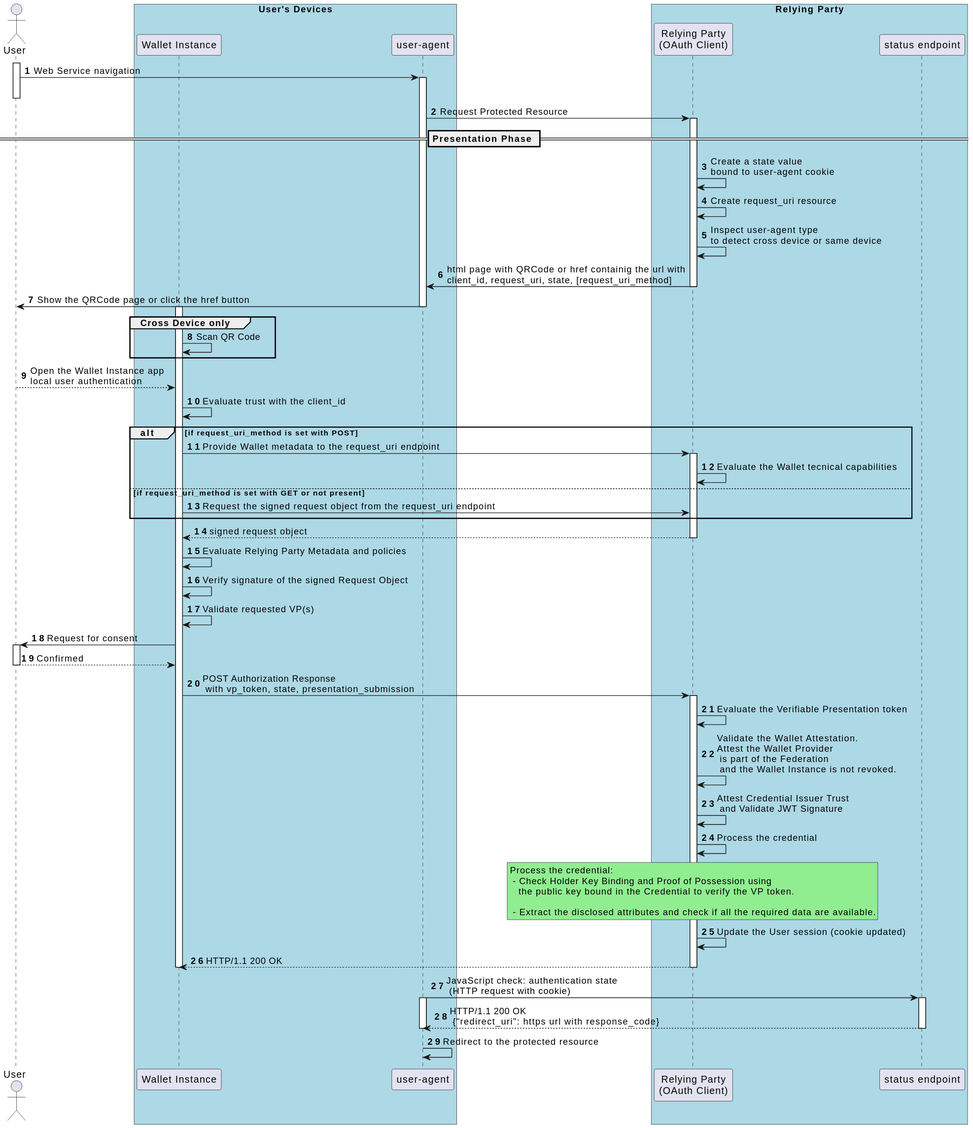
Earlier version of the PlantUML export images/cross_same_device_auth_seq_diagram.svg (fmarino-ipzs/eid-it-wallet-docs).
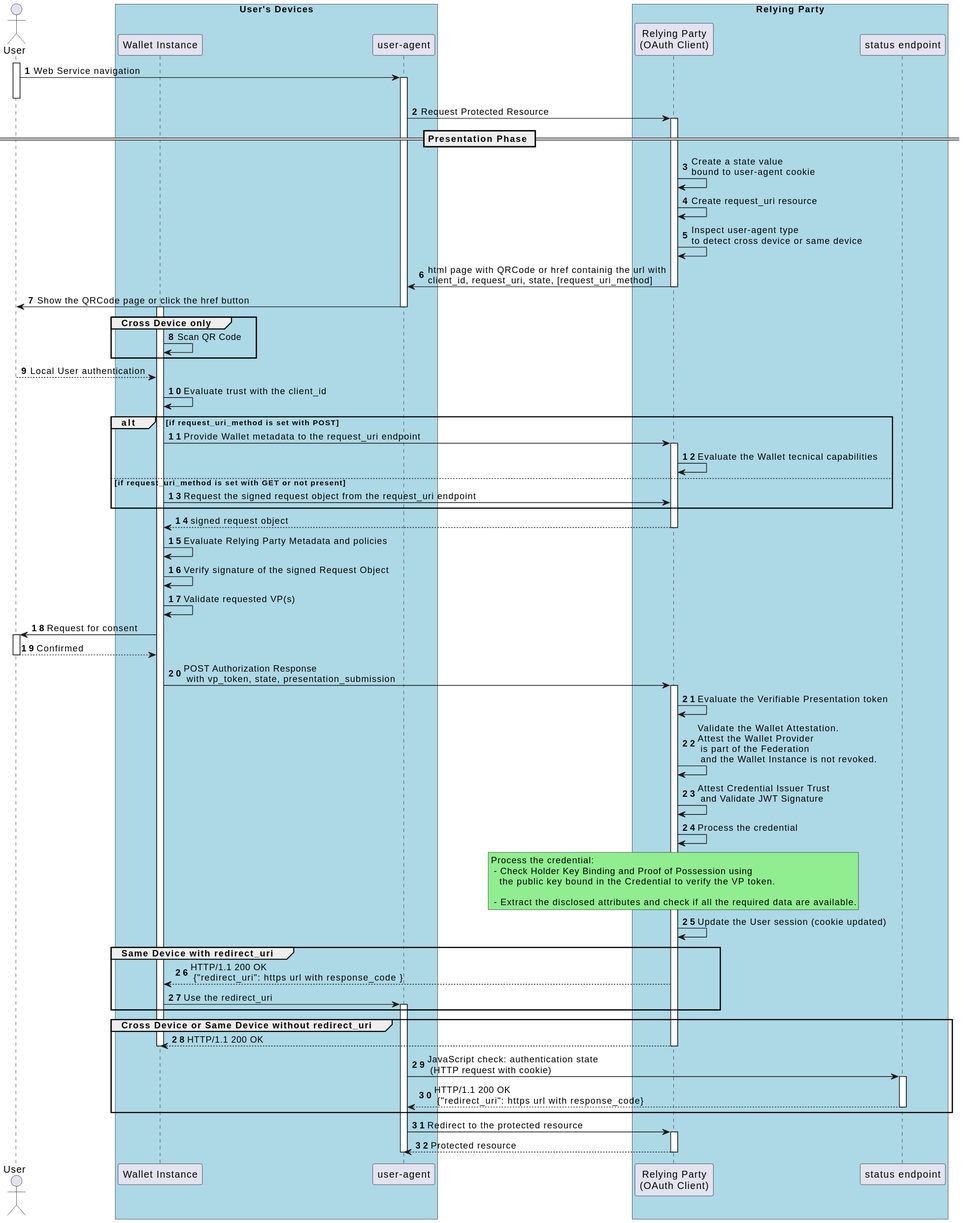
Above is the later version.

Diff of the diagram source:
```diff
@@ -39,7 +39,7 @@
 w -> w: Scan QR Code
 end
 
-u --> w: Open the Wallet Instance app\nlocal user authentication
+u --> w: Local User authentication
 
 w -> w: Evaluate trust with the client_id
 
@@ -80,18 +80,29 @@
 ve -> ve: Update the User session (cookie updated)
 
 
+group Same Device with redirect_uri
+ve --> w: HTTP/1.1 200 OK\n {"redirect_uri": https url with response_code }
+w -> ua: Use the redirect_uri
+activate ua
+end
+
+group Cross Device or Same Device without redirect_uri
 ve --> w: HTTP/1.1 200 OK
+deactivate w
 deactivate ve
-
-deactivate w
-
 ua -> se:  JavaScript check: authentication state \n (HTTP request with cookie)
-activate ua
 activate se
 se --> ua: HTTP/1.1 200 OK\n {"redirect_uri": https url with response_code}
-deactivate ua
+
 deactivate se
 
+end
 
-ua -> ua: Redirect to the protected resource
+
+ua -> ve: Redirect to the protected resource
+activate ve
+ve --> ua: Protected resource
+
+deactivate ua
+deactivate ve
 @enduml
```
